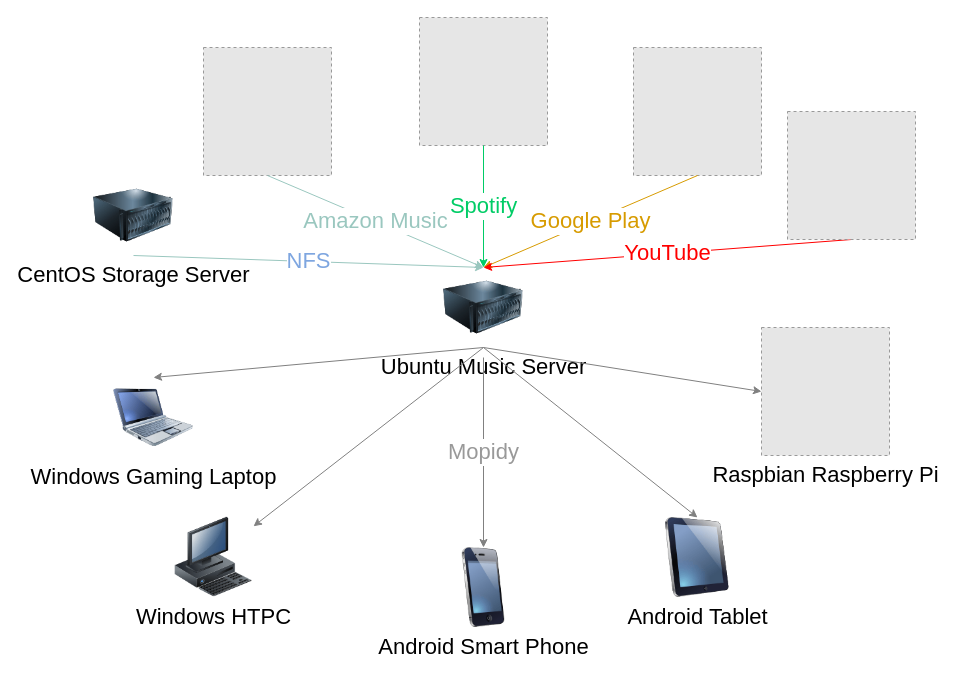
Earlier version of the draw.io diagram Music Streaming Service.drawio (syedrali/architecture). Source tidied: cells renumbered, new cells numbered last; positions are measured from the earlier drawing's top-left corner, leaving out a move shared by most shapes. Both pictures are drawn from the tidied source at 100%, with x=0, y=0 at pixel (93, 17). Pictures stored in the file or linked from it are replaced by grey dashed boxes.
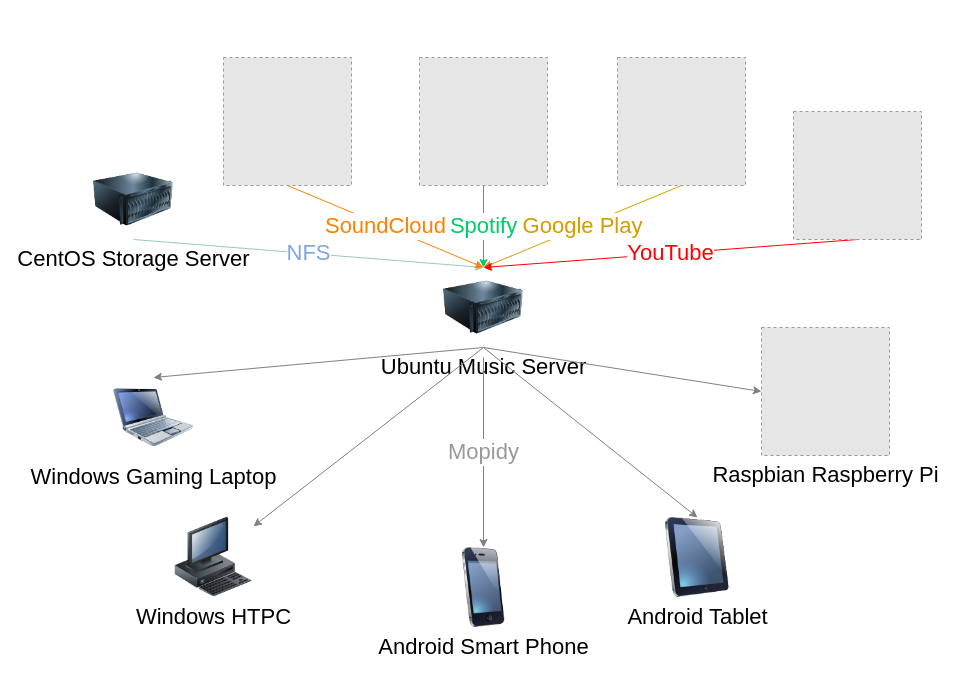
After the change.

Commit message (it also covers changes not shown here):
Removed Amazon Music. Added SoundCloud.

The change refers to these unchanged cells:
```xml
<mxCell id="6" value="&lt;font style=&quot;font-size: 22px&quot;&gt;Ubuntu Music Server&lt;br&gt;&lt;/font&gt;" style="image;html=1;labelBackgroundColor=#ffffff;image=img/lib/clip_art/computers/Server_128x128.png;" parent="1" vertex="1">
  <mxGeometry x="350" y="250" width="80" height="80" as="geometry" />
</mxCell>
```

Change to the diagram source:
```diff
@@
     <mxCell id="11" value="&lt;br&gt;" style="fillColor=#E6E6E6;strokeColor=#999999;dashed=1;html=1;verticalAlign=top;verticalLabelPosition=bottom;labelBackgroundColor=#ffffff;fontColor=#00CC66;fontSize=22;" parent="1" vertex="1">
-      <mxGeometry x="326" width="128" height="128" as="geometry" />
+      <mxGeometry x="326" y="40" width="128" height="128" as="geometry" />
     </mxCell>
@@
     <mxCell id="13" style="fillColor=#E6E6E6;strokeColor=#999999;dashed=1;html=1;verticalAlign=top;verticalLabelPosition=bottom;labelBackgroundColor=#ffffff;fontSize=22;fontColor=#00CC66;" parent="1" vertex="1">
-      <mxGeometry x="540" y="30" width="128" height="128" as="geometry" />
+      <mxGeometry x="524" y="40" width="128" height="128" as="geometry" />
     </mxCell>
@@
-    <mxCell id="15" style="fillColor=#E6E6E6;strokeColor=#999999;dashed=1;html=1;verticalAlign=top;verticalLabelPosition=bottom;labelBackgroundColor=#ffffff;fontSize=22;fontColor=#D79B00;" parent="1" vertex="1">
-      <mxGeometry x="110" y="30" width="128" height="128" as="geometry" />
-    </mxCell>
-    <mxCell id="16" value="&lt;font color=&quot;#9ac7bf&quot;&gt;Amazon Music&lt;/font&gt;" style="endArrow=classic;html=1;entryX=0.5;entryY=0;entryDx=0;entryDy=0;fontColor=#D79B00;strokeColor=#9AC7BF;exitX=0.5;exitY=1;exitDx=0;exitDy=0;fillColor=#ffe6cc;fontSize=22;" parent="1" edge="1" source="15" target="6">
-      <mxGeometry relative="1" as="geometry" />
-    </mxCell>
@@
     <mxCell id="20" style="fillColor=#E6E6E6;strokeColor=#999999;dashed=1;html=1;verticalAlign=top;verticalLabelPosition=bottom;labelBackgroundColor=#ffffff;" parent="1" vertex="1">
-      <mxGeometry x="694" y="94" width="128" height="128" as="geometry" />
+      <mxGeometry x="700" y="94" width="128" height="128" as="geometry" />
     </mxCell>
     <mxCell id="21" value="&lt;font style=&quot;font-size: 22px&quot;&gt;CentOS Storage Server&lt;br&gt;&lt;/font&gt;" style="image;html=1;labelBackgroundColor=#ffffff;image=img/lib/clip_art/computers/Server_128x128.png;" parent="1" vertex="1">
-      <mxGeometry y="158" width="80" height="80" as="geometry" />
+      <mxGeometry y="142" width="80" height="80" as="geometry" />
     </mxCell>
@@
+    <mxCell id="23" value="SoundCloud" style="endArrow=classic;html=1;entryX=0.5;entryY=0;entryDx=0;entryDy=0;fontColor=#FF8000;strokeColor=#FF8000;fillColor=#ffe6cc;fontSize=22;exitX=0.5;exitY=1;exitDx=0;exitDy=0;" parent="1" edge="1" source="24" target="6">
+      <mxGeometry relative="1" as="geometry" />
+    </mxCell>
+    <mxCell id="24" style="fillColor=#E6E6E6;strokeColor=#999999;dashed=1;html=1;verticalAlign=top;verticalLabelPosition=bottom;labelBackgroundColor=#ffffff;" parent="1" vertex="1">
+      <mxGeometry x="130" y="40" width="128" height="128" as="geometry" />
+    </mxCell>
```
